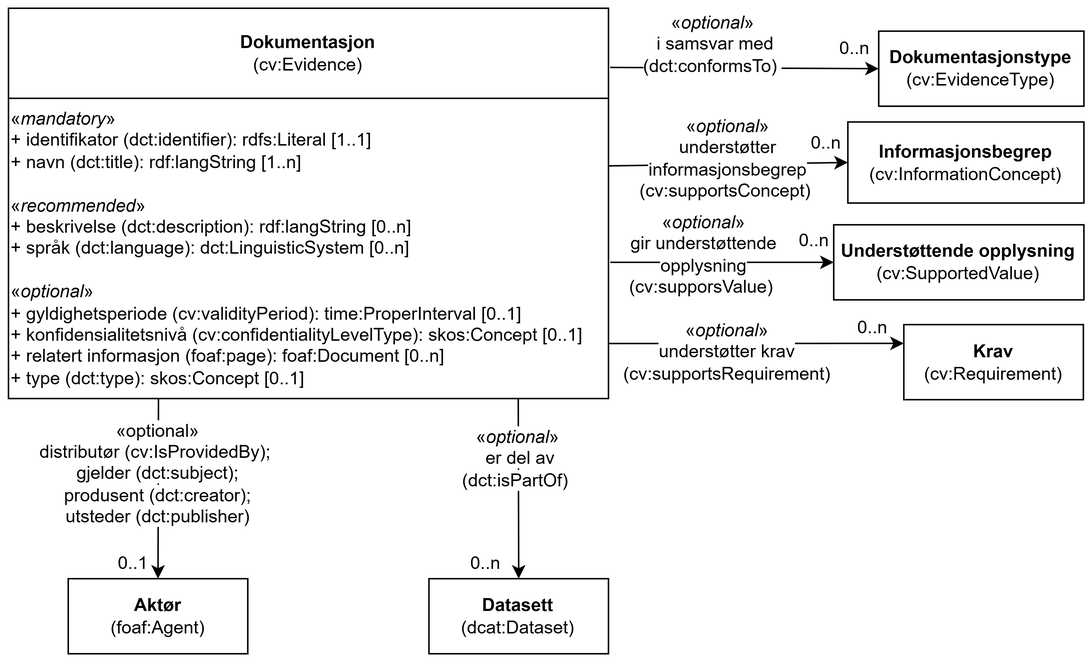
Informasjonsforvaltning/cccev-ap-no keeps this draw.io diagram as docs/images/KlassenDokumentasjon.png. Above is the earlier version. Source tidied: cells renumbered, new cells last; positions are measured from the earlier drawing's top-left corner, leaving out a move shared by most shapes.
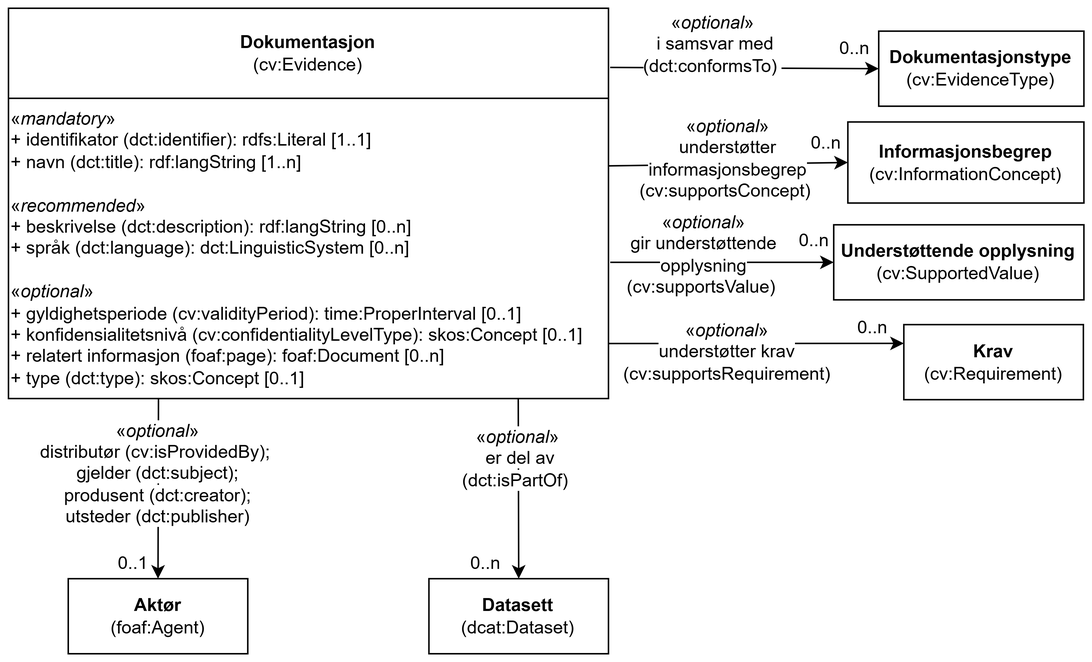
Above is the later version.

Diff of the diagram source:
```diff
@@ -30,7 +30,7 @@
     <mxCell id="9" style="endArrow=classic;html=1;rounded=1;entryX=0.5;entryY=0;entryDx=0;entryDy=0;exitX=0.25;exitY=1;exitDx=0;exitDy=0;" parent="1" edge="1" source="24" target="8">
       <mxGeometry relative="1" as="geometry" />
     </mxCell>
-    <mxCell id="10" value="&lt;span style=&quot;background-color: rgb(255, 255, 255);&quot;&gt;«optional»&lt;br&gt;&lt;span style=&quot;text-align: left;&quot;&gt;&lt;span style=&quot;&quot;&gt;distributør (cv:IsProvidedBy);&amp;nbsp;&lt;br&gt;gjelder (dct:subject)&lt;/span&gt;&lt;span style=&quot;&quot;&gt;;&lt;br&gt;&lt;/span&gt;&lt;/span&gt;&lt;span style=&quot;text-align: left;&quot;&gt;produsent (dct:creator);&lt;br&gt;&lt;/span&gt;&lt;/span&gt;&lt;span style=&quot;&quot;&gt;&lt;span style=&quot;background-color: rgb(255, 255, 255);&quot;&gt;utsteder (dct:publisher)&lt;/span&gt;&lt;br&gt;&lt;/span&gt;" style="text;html=1;align=center;verticalAlign=middle;whiteSpace=wrap;rounded=0;labelBackgroundColor=none;" parent="1" vertex="1">
+    <mxCell id="10" value="&lt;span style=&quot;background-color: rgb(255, 255, 255);&quot;&gt;«&lt;i&gt;optional&lt;/i&gt;»&lt;br&gt;&lt;span style=&quot;text-align: left;&quot;&gt;&lt;span style=&quot;&quot;&gt;distributør (cv:isProvidedBy);&amp;nbsp;&lt;br&gt;gjelder (dct:subject)&lt;/span&gt;&lt;span style=&quot;&quot;&gt;;&lt;br&gt;&lt;/span&gt;&lt;/span&gt;&lt;span style=&quot;text-align: left;&quot;&gt;produsent (dct:creator);&lt;br&gt;&lt;/span&gt;&lt;/span&gt;&lt;span style=&quot;&quot;&gt;&lt;span style=&quot;background-color: rgb(255, 255, 255);&quot;&gt;utsteder (dct:publisher)&lt;/span&gt;&lt;br&gt;&lt;/span&gt;" style="text;html=1;align=center;verticalAlign=middle;whiteSpace=wrap;rounded=0;labelBackgroundColor=none;" parent="1" vertex="1">
       <mxGeometry x="9.9" y="270" width="180" height="80" as="geometry" />
     </mxCell>
     <mxCell id="11" value="0..1" style="text;html=1;strokeColor=none;fillColor=none;align=center;verticalAlign=middle;whiteSpace=wrap;rounded=0;" parent="1" vertex="1">
@@ -59,7 +59,7 @@
         <mxPoint x="401.3" y="169.2" as="sourcePoint" />
       </mxGeometry>
     </mxCell>
-    <mxCell id="19" value="&lt;span style=&quot;background-color: rgb(255, 255, 255);&quot;&gt;«&lt;i style=&quot;&quot;&gt;optional&lt;/i&gt;»&lt;br&gt;&lt;span style=&quot;text-align: left;&quot;&gt;gir understøttende opplysning (cv:supporsValue)&amp;nbsp;&lt;/span&gt;&lt;/span&gt;" style="text;html=1;align=center;verticalAlign=middle;whiteSpace=wrap;rounded=0;labelBackgroundColor=none;" parent="1" vertex="1">
+    <mxCell id="19" value="&lt;span style=&quot;background-color: rgb(255, 255, 255);&quot;&gt;«&lt;i style=&quot;&quot;&gt;optional&lt;/i&gt;»&lt;br&gt;&lt;span style=&quot;text-align: left;&quot;&gt;gir understøttende opplysning (cv:supportsValue)&amp;nbsp;&lt;/span&gt;&lt;/span&gt;" style="text;html=1;align=center;verticalAlign=middle;whiteSpace=wrap;rounded=0;labelBackgroundColor=none;" parent="1" vertex="1">
       <mxGeometry x="404" y="139.8" width="120" height="48" as="geometry" />
     </mxCell>
     <mxCell id="20" style="endArrow=classic;html=1;rounded=1;entryX=0;entryY=0.5;entryDx=0;entryDy=0;" parent="1" edge="1" target="14">
```
